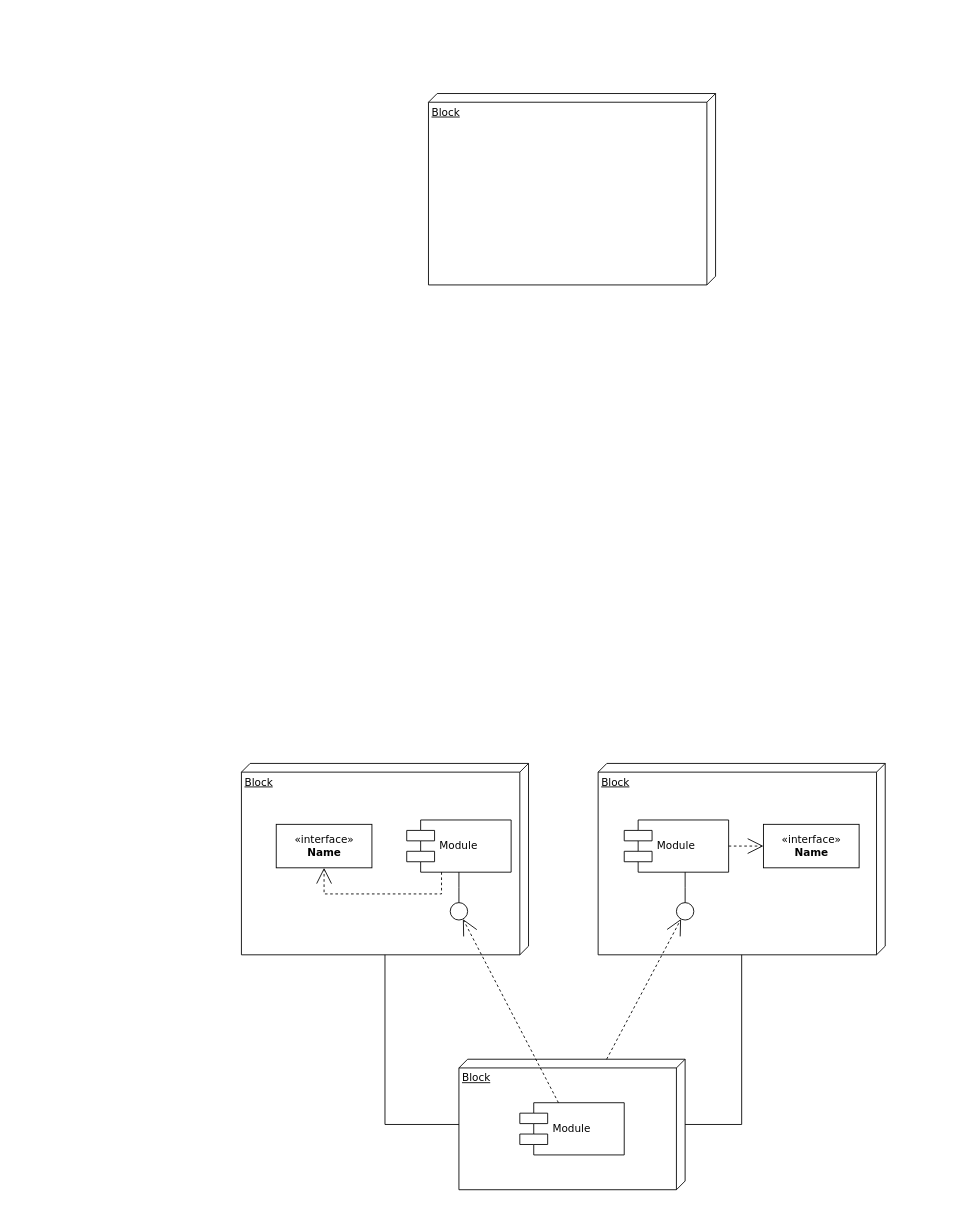
ShineSoYoung/TEST keeps this draw.io diagram as 실습7_deployment diagram.drawio. Above is the earlier version. Source tidied: cells renumbered, new cells numbered last; positions are measured from the earlier drawing's top-left corner, leaving out a move shared by most shapes. Both pictures are drawn from the tidied source at 87%, with x=0, y=0 at pixel (241, 93).
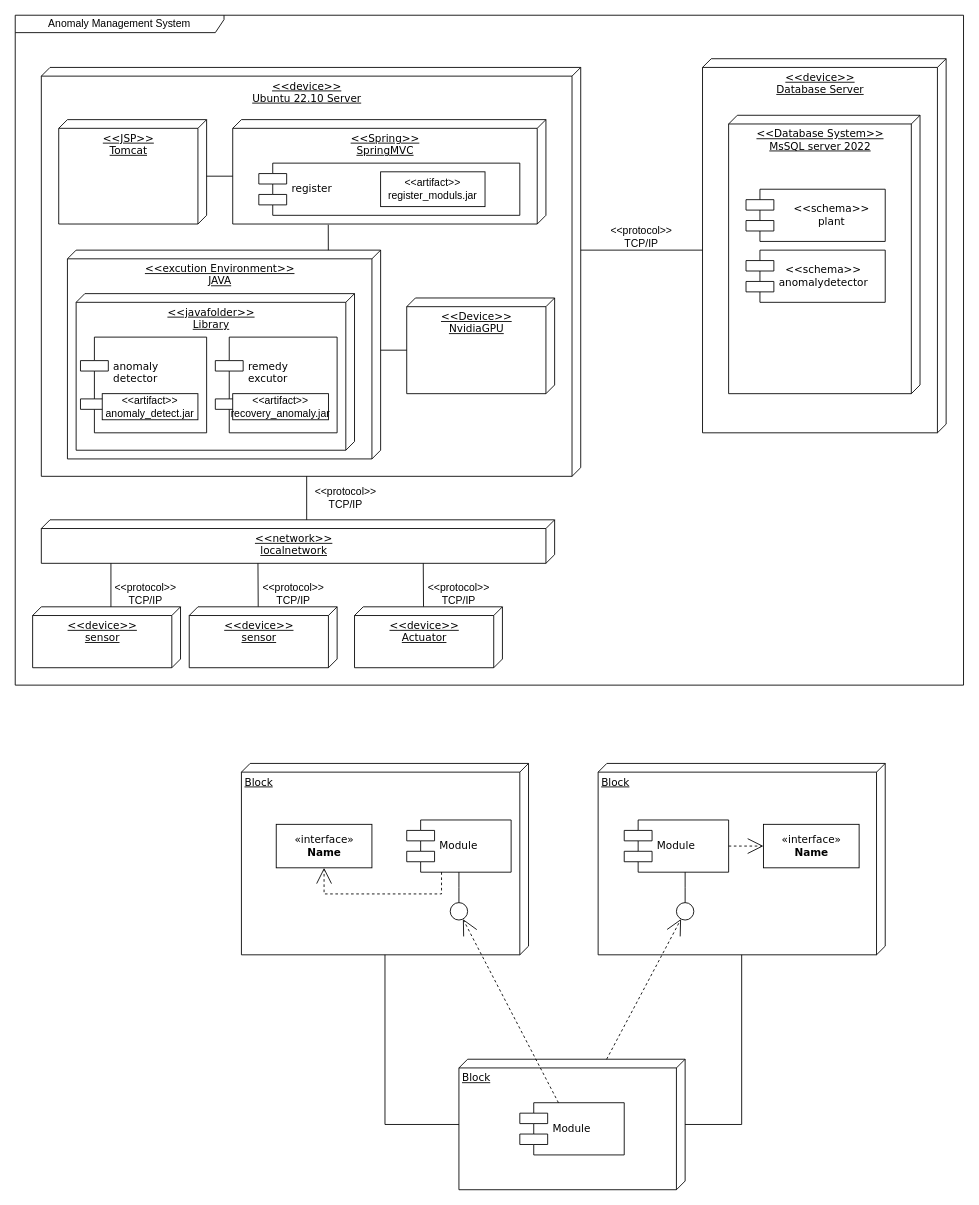
Above is the later version.

Commit message (it also covers changes not shown here):
실습7_deployment diagram.drawio 업데이트

The edit, as a diff of the source:
```diff
@@
-    <mxCell id="20" value="Block" style="verticalAlign=top;align=left;spacingTop=8;spacingLeft=2;spacingRight=12;shape=cube;size=10;direction=south;fontStyle=4;html=1;rounded=0;shadow=0;comic=0;labelBackgroundColor=none;strokeWidth=1;fontFamily=Verdana;fontSize=12;" parent="1" vertex="1">
-      <mxGeometry x="215" width="330" height="220" as="geometry" />
+    <mxCell id="20" value="&amp;lt;&amp;lt;device&amp;gt;&amp;gt; &lt;br&gt;Ubuntu 22.10 Server" style="verticalAlign=top;align=center;spacingTop=8;spacingLeft=2;spacingRight=12;shape=cube;size=10;direction=south;fontStyle=4;html=1;rounded=0;shadow=0;comic=0;labelBackgroundColor=none;strokeWidth=1;fontFamily=Verdana;fontSize=12;" parent="1" vertex="1">
+      <mxGeometry x="-230" y="-30" width="620" height="470" as="geometry" />
     </mxCell>
+    <mxCell id="21" value="Anomaly Management System" style="shape=umlFrame;whiteSpace=wrap;html=1;width=240;height=20;" parent="1" vertex="1">
+      <mxGeometry x="-260" y="-90" width="1090" height="770" as="geometry" />
+    </mxCell>
+    <mxCell id="22" value="&amp;lt;&amp;lt;JSP&amp;gt;&amp;gt;&lt;br&gt;Tomcat" style="verticalAlign=top;align=center;spacingTop=8;spacingLeft=2;spacingRight=12;shape=cube;size=10;direction=south;fontStyle=4;html=1;rounded=0;shadow=0;comic=0;labelBackgroundColor=none;strokeWidth=1;fontFamily=Verdana;fontSize=12;" parent="1" vertex="1">
+      <mxGeometry x="-210" y="30" width="170" height="120" as="geometry" />
+    </mxCell>
+    <mxCell id="23" value="&amp;lt;&amp;lt;device&amp;gt;&amp;gt; &lt;br&gt;Database Server" style="verticalAlign=top;align=center;spacingTop=8;spacingLeft=2;spacingRight=12;shape=cube;size=10;direction=south;fontStyle=4;html=1;rounded=0;shadow=0;comic=0;labelBackgroundColor=none;strokeWidth=1;fontFamily=Verdana;fontSize=12;" parent="1" vertex="1">
+      <mxGeometry x="530" y="-40" width="280" height="430" as="geometry" />
+    </mxCell>
+    <mxCell id="24" value="&amp;lt;&amp;lt;Database System&amp;gt;&amp;gt;&lt;br&gt;MsSQL server 2022" style="verticalAlign=top;align=center;spacingTop=8;spacingLeft=2;spacingRight=12;shape=cube;size=10;direction=south;fontStyle=4;html=1;rounded=0;shadow=0;comic=0;labelBackgroundColor=none;strokeWidth=1;fontFamily=Verdana;fontSize=12;" parent="1" vertex="1">
+      <mxGeometry x="560" y="25" width="220" height="320" as="geometry" />
+    </mxCell>
+    <mxCell id="25" value="&amp;lt;&amp;lt;Spring&amp;gt;&amp;gt;&lt;br&gt;SpringMVC" style="verticalAlign=top;align=center;spacingTop=8;spacingLeft=2;spacingRight=12;shape=cube;size=10;direction=south;fontStyle=4;html=1;rounded=0;shadow=0;comic=0;labelBackgroundColor=none;strokeWidth=1;fontFamily=Verdana;fontSize=12;" parent="1" vertex="1">
+      <mxGeometry x="-10" y="30" width="360" height="120" as="geometry" />
+    </mxCell>
+    <mxCell id="26" style="endArrow=none;html=1;rounded=0;exitX=0;exitY=0;exitDx=210;exitDy=0;exitPerimeter=0;entryX=0;entryY=0;entryDx=220;entryDy=280;entryPerimeter=0;" parent="1" edge="1" source="20" target="23">
+      <mxGeometry relative="1" as="geometry" />
+    </mxCell>
+    <mxCell id="27" value="&amp;lt;&amp;lt;protocol&amp;gt;&amp;gt;&lt;br&gt;TCP/IP" style="text;html=1;strokeColor=none;fillColor=none;align=center;verticalAlign=middle;whiteSpace=wrap;rounded=0;" parent="1" vertex="1">
+      <mxGeometry x="430" y="150" width="60" height="30" as="geometry" />
+    </mxCell>
+    <mxCell id="28" value="&amp;lt;&amp;lt;device&amp;gt;&amp;gt;&lt;br&gt;sensor" style="verticalAlign=top;align=center;spacingTop=8;spacingLeft=2;spacingRight=12;shape=cube;size=10;direction=south;fontStyle=4;html=1;rounded=0;shadow=0;comic=0;labelBackgroundColor=none;strokeWidth=1;fontFamily=Verdana;fontSize=12;" parent="1" vertex="1">
+      <mxGeometry x="-240" y="590" width="170" height="70" as="geometry" />
+    </mxCell>
+    <mxCell id="29" value="&amp;lt;&amp;lt;network&amp;gt;&amp;gt;&lt;br&gt;localnetwork" style="verticalAlign=top;align=center;spacingTop=8;spacingLeft=2;spacingRight=12;shape=cube;size=10;direction=south;fontStyle=4;html=1;rounded=0;shadow=0;comic=0;labelBackgroundColor=none;strokeWidth=1;fontFamily=Verdana;fontSize=12;" parent="1" vertex="1">
+      <mxGeometry x="-230" y="490" width="590" height="50" as="geometry" />
+    </mxCell>
+    <mxCell id="30" style="endArrow=none;html=1;rounded=0;exitX=0;exitY=0;exitDx=0;exitDy=80;exitPerimeter=0;" parent="1" edge="1" source="28">
+      <mxGeometry relative="1" as="geometry">
+        <mxPoint x="-150" y="540" as="targetPoint" />
+      </mxGeometry>
+    </mxCell>
+    <mxCell id="31" style="endArrow=none;html=1;rounded=0;exitX=0;exitY=0;exitDx=0;exitDy=80;exitPerimeter=0;" parent="1" edge="1">
+      <mxGeometry relative="1" as="geometry">
+        <mxPoint x="19.3" y="590" as="sourcePoint" />
+        <mxPoint x="19" y="540" as="targetPoint" />
+      </mxGeometry>
+    </mxCell>
+    <mxCell id="32" value="&amp;lt;&amp;lt;protocol&amp;gt;&amp;gt;&lt;br&gt;TCP/IP" style="text;html=1;strokeColor=none;fillColor=none;align=center;verticalAlign=middle;whiteSpace=wrap;rounded=0;" parent="1" vertex="1">
+      <mxGeometry x="30" y="560" width="60" height="30" as="geometry" />
+    </mxCell>
+    <mxCell id="33" value="&amp;lt;&amp;lt;protocol&amp;gt;&amp;gt;&lt;br&gt;TCP/IP" style="text;html=1;strokeColor=none;fillColor=none;align=center;verticalAlign=middle;whiteSpace=wrap;rounded=0;" parent="1" vertex="1">
+      <mxGeometry x="-140" y="560" width="60" height="30" as="geometry" />
+    </mxCell>
+    <mxCell id="34" value="register" style="shape=component;align=left;spacingLeft=36;rounded=0;shadow=0;comic=0;labelBackgroundColor=none;strokeWidth=1;fontFamily=Verdana;fontSize=12;html=1;" parent="1" vertex="1">
+      <mxGeometry x="20" y="80" width="300" height="60" as="geometry" />
+    </mxCell>
+    <mxCell id="35" value="&amp;lt;&amp;lt;device&amp;gt;&amp;gt;&lt;br&gt;sensor" style="verticalAlign=top;align=center;spacingTop=8;spacingLeft=2;spacingRight=12;shape=cube;size=10;direction=south;fontStyle=4;html=1;rounded=0;shadow=0;comic=0;labelBackgroundColor=none;strokeWidth=1;fontFamily=Verdana;fontSize=12;" parent="1" vertex="1">
+      <mxGeometry x="-60" y="590" width="170" height="70" as="geometry" />
+    </mxCell>
+    <mxCell id="36" style="endArrow=none;html=1;rounded=0;entryX=0;entryY=0;entryDx=470.00000000000006;entryDy=315;entryPerimeter=0;" parent="1" edge="1" target="20">
+      <mxGeometry relative="1" as="geometry">
+        <mxPoint x="75" y="490" as="sourcePoint" />
+      </mxGeometry>
+    </mxCell>
+    <mxCell id="37" value="&amp;lt;&amp;lt;Device&amp;gt;&amp;gt;&lt;br&gt;NvidiaGPU" style="verticalAlign=top;align=center;spacingTop=8;spacingLeft=2;spacingRight=12;shape=cube;size=10;direction=south;fontStyle=4;html=1;rounded=0;shadow=0;comic=0;labelBackgroundColor=none;strokeWidth=1;fontFamily=Verdana;fontSize=12;" parent="1" vertex="1">
+      <mxGeometry x="190" y="235" width="170" height="110" as="geometry" />
+    </mxCell>
+    <mxCell id="38" value="&amp;lt;&amp;lt;excution Environment&amp;gt;&amp;gt;&lt;br&gt;JAVA" style="verticalAlign=top;align=center;spacingTop=8;spacingLeft=2;spacingRight=12;shape=cube;size=10;direction=south;fontStyle=4;html=1;rounded=0;shadow=0;comic=0;labelBackgroundColor=none;strokeWidth=1;fontFamily=Verdana;fontSize=12;" parent="1" vertex="1">
+      <mxGeometry x="-200" y="180" width="360" height="240" as="geometry" />
+    </mxCell>
+    <mxCell id="39" value="&amp;lt;&amp;lt;javafolder&amp;gt;&amp;gt;&lt;br&gt;Library" style="verticalAlign=top;align=center;spacingTop=8;spacingLeft=2;spacingRight=12;shape=cube;size=10;direction=south;fontStyle=4;html=1;rounded=0;shadow=0;comic=0;labelBackgroundColor=none;strokeWidth=1;fontFamily=Verdana;fontSize=12;" parent="1" vertex="1">
+      <mxGeometry x="-190" y="230" width="320" height="180" as="geometry" />
+    </mxCell>
+    <mxCell id="40" value="anomaly&lt;br&gt;detector&lt;br&gt;&lt;br&gt;&lt;br&gt;" style="shape=component;align=left;spacingLeft=36;rounded=0;shadow=0;comic=0;labelBackgroundColor=none;strokeWidth=1;fontFamily=Verdana;fontSize=12;html=1;" parent="1" vertex="1">
+      <mxGeometry x="-185" y="280" width="145" height="110" as="geometry" />
+    </mxCell>
+    <mxCell id="41" value="remedy &lt;br&gt;excutor&lt;br&gt;&lt;br&gt;&lt;br&gt;" style="shape=component;align=left;spacingLeft=36;rounded=0;shadow=0;comic=0;labelBackgroundColor=none;strokeWidth=1;fontFamily=Verdana;fontSize=12;html=1;" parent="1" vertex="1">
+      <mxGeometry x="-30" y="280" width="140" height="110" as="geometry" />
+    </mxCell>
+    <mxCell id="42" value="&amp;lt;&amp;lt;schema&amp;gt;&amp;gt;&lt;br&gt;plant" style="shape=component;align=center;spacingLeft=36;rounded=0;shadow=0;comic=0;labelBackgroundColor=none;strokeWidth=1;fontFamily=Verdana;fontSize=12;html=1;" parent="1" vertex="1">
+      <mxGeometry x="580" y="110" width="160" height="60" as="geometry" />
+    </mxCell>
+    <mxCell id="43" value="&lt;div style=&quot;text-align: center;&quot;&gt;&lt;span style=&quot;background-color: initial;&quot;&gt;&amp;lt;&amp;lt;schema&amp;gt;&amp;gt;&lt;/span&gt;&lt;/div&gt;anomalydetector&lt;br&gt;" style="shape=component;align=left;spacingLeft=36;rounded=0;shadow=0;comic=0;labelBackgroundColor=none;strokeWidth=1;fontFamily=Verdana;fontSize=12;html=1;" parent="1" vertex="1">
+      <mxGeometry x="580" y="180" width="160" height="60" as="geometry" />
+    </mxCell>
+    <mxCell id="44" style="endArrow=none;html=1;rounded=0;exitX=0;exitY=0;exitDx=0;exitDy=80;exitPerimeter=0;" parent="1" edge="1">
+      <mxGeometry relative="1" as="geometry">
+        <mxPoint x="209.3" y="590" as="sourcePoint" />
+        <mxPoint x="209" y="540" as="targetPoint" />
+      </mxGeometry>
+    </mxCell>
+    <mxCell id="45" value="&amp;lt;&amp;lt;protocol&amp;gt;&amp;gt;&lt;br&gt;TCP/IP" style="text;html=1;strokeColor=none;fillColor=none;align=center;verticalAlign=middle;whiteSpace=wrap;rounded=0;" parent="1" vertex="1">
+      <mxGeometry x="220" y="560" width="60" height="30" as="geometry" />
+    </mxCell>
+    <mxCell id="46" value="&amp;lt;&amp;lt;device&amp;gt;&amp;gt;&lt;br&gt;Actuator" style="verticalAlign=top;align=center;spacingTop=8;spacingLeft=2;spacingRight=12;shape=cube;size=10;direction=south;fontStyle=4;html=1;rounded=0;shadow=0;comic=0;labelBackgroundColor=none;strokeWidth=1;fontFamily=Verdana;fontSize=12;" parent="1" vertex="1">
+      <mxGeometry x="130" y="590" width="170" height="70" as="geometry" />
+    </mxCell>
+    <mxCell id="47" style="endArrow=none;html=1;rounded=0;entryX=0;entryY=0;entryDx=60;entryDy=170;entryPerimeter=0;" parent="1" edge="1" target="37">
+      <mxGeometry relative="1" as="geometry">
+        <mxPoint x="160" y="295" as="sourcePoint" />
+      </mxGeometry>
+    </mxCell>
+    <mxCell id="48" style="endArrow=none;html=1;rounded=0;entryX=0;entryY=0;entryDx=65;entryDy=360;entryPerimeter=0;" parent="1" edge="1" target="25">
+      <mxGeometry relative="1" as="geometry">
+        <mxPoint x="-40" y="95" as="sourcePoint" />
+      </mxGeometry>
+    </mxCell>
+    <mxCell id="49" style="endArrow=none;html=1;rounded=0;entryX=1.007;entryY=0.695;entryDx=0;entryDy=0;entryPerimeter=0;exitX=0;exitY=0.167;exitDx=0;exitDy=0;exitPerimeter=0;" parent="1" edge="1" source="38" target="25">
+      <mxGeometry relative="1" as="geometry" />
+    </mxCell>
+    <mxCell id="50" value="&amp;lt;&amp;lt;artifact&amp;gt;&amp;gt;&lt;br&gt;register_moduls.jar" style="rounded=0;whiteSpace=wrap;html=1;" parent="1" vertex="1">
+      <mxGeometry x="160" y="90" width="120" height="40" as="geometry" />
+    </mxCell>
+    <mxCell id="51" value="&amp;lt;&amp;lt;protocol&amp;gt;&amp;gt;&lt;br&gt;TCP/IP" style="text;html=1;strokeColor=none;fillColor=none;align=center;verticalAlign=middle;whiteSpace=wrap;rounded=0;" parent="1" vertex="1">
+      <mxGeometry x="90" y="450" width="60" height="30" as="geometry" />
+    </mxCell>
+    <mxCell id="52" value="&amp;lt;&amp;lt;artifact&amp;gt;&amp;gt;&lt;br&gt;recovery_anomaly.jar" style="rounded=0;whiteSpace=wrap;html=1;" parent="1" vertex="1">
+      <mxGeometry x="-10" y="345" width="110" height="30" as="geometry" />
+    </mxCell>
+    <mxCell id="53" value="&amp;lt;&amp;lt;artifact&amp;gt;&amp;gt;&lt;br&gt;anomaly_detect.jar" style="rounded=0;whiteSpace=wrap;html=1;" parent="1" vertex="1">
+      <mxGeometry x="-160" y="345" width="110" height="30" as="geometry" />
+    </mxCell>
```
